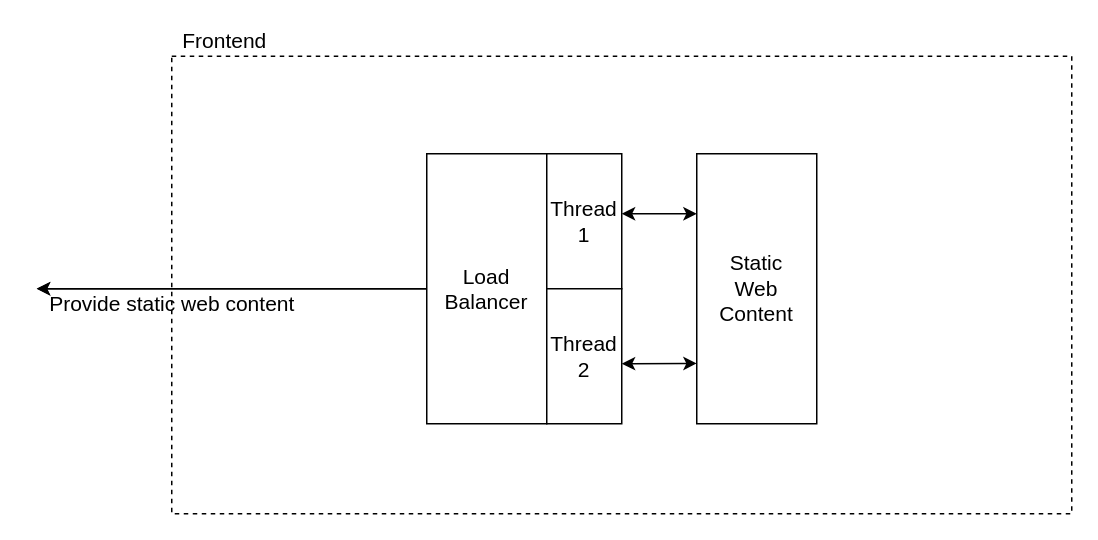
This is drawios/c4-frontend.drawio from Zachaccino/Thesis-Paper, a draw.io file, before an edit. Source tidied: cells renumbered, new cells numbered last; positions are measured from the earlier drawing's top-left corner, leaving out a move shared by most shapes. Both pictures are drawn from the tidied source at 150%, with x=0, y=0 at pixel (36, 26).
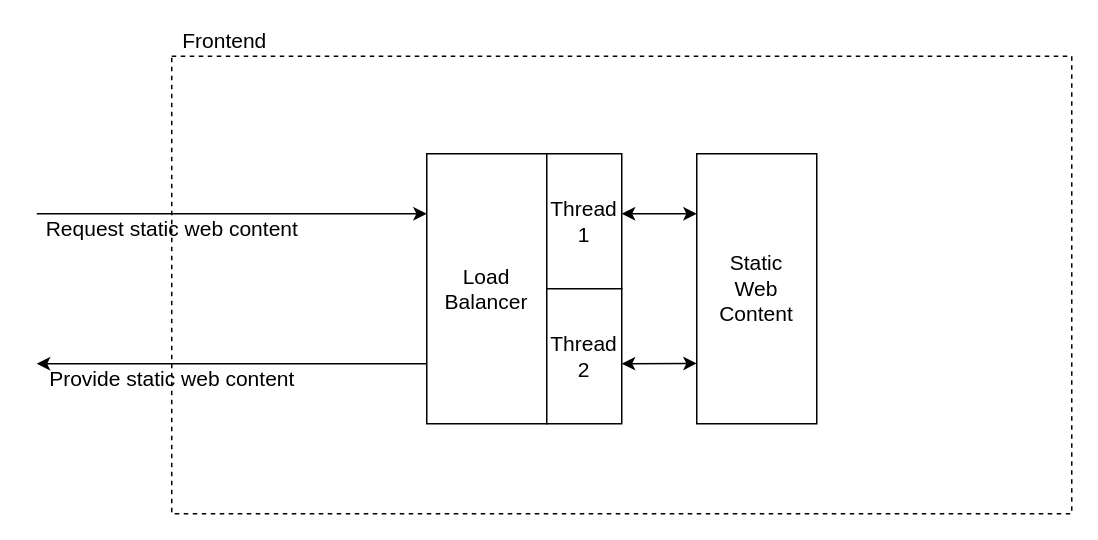
The same page after the edit.

Diff of the diagram source:
```diff
@@
 <mxGraphModel>
   <root>
     <mxCell id="0" />
     <mxCell id="1" parent="0" />
     <mxCell id="2" style="rounded=0;whiteSpace=wrap;html=1;shadow=0;fillColor=none;gradientColor=none;fontSize=14;align=center;dashed=1;" parent="1" vertex="1">
       <mxGeometry x="90" y="20" width="600" height="305" as="geometry" />
     </mxCell>
     <mxCell id="3" value="Frontend" style="text;html=1;align=center;verticalAlign=middle;fontSize=14;" parent="1" vertex="1">
       <mxGeometry x="90" width="70" height="20" as="geometry" />
     </mxCell>
     <mxCell id="4" value="Load Balancer" style="rounded=0;whiteSpace=wrap;html=1;shadow=0;fontSize=14;align=center;" parent="1" vertex="1">
       <mxGeometry x="260" y="85" width="80" height="180" as="geometry" />
     </mxCell>
     <mxCell id="5" style="endArrow=classic;startArrow=classic;html=1;strokeWidth=1;fontSize=14;entryX=0;entryY=0.5;entryDx=0;entryDy=0;exitX=1;exitY=0.222;exitDx=0;exitDy=0;exitPerimeter=0;" parent="1" edge="1">
       <mxGeometry relative="1" as="geometry">
         <mxPoint x="390" y="125" as="sourcePoint" />
         <mxPoint x="440" y="125" as="targetPoint" />
       </mxGeometry>
     </mxCell>
     <mxCell id="6" style="endArrow=classic;startArrow=classic;html=1;strokeWidth=1;fontSize=14;entryX=0;entryY=0.5;entryDx=0;entryDy=0;" parent="1" edge="1">
       <mxGeometry relative="1" as="geometry">
         <mxPoint x="390" y="225" as="sourcePoint" />
         <mxPoint x="440" y="224.8" as="targetPoint" />
       </mxGeometry>
     </mxCell>
     <mxCell id="7" value="Static&lt;br&gt;Web&lt;br&gt;Content" style="rounded=0;whiteSpace=wrap;html=1;shadow=0;fontSize=14;align=center;" parent="1" vertex="1">
       <mxGeometry x="440" y="85" width="80" height="180" as="geometry" />
     </mxCell>
     <mxCell id="8" value="Thread 1" style="rounded=0;whiteSpace=wrap;html=1;shadow=0;fontSize=14;align=center;" parent="1" vertex="1">
       <mxGeometry x="340" y="85" width="50" height="90" as="geometry" />
     </mxCell>
     <mxCell id="9" value="Thread 2" style="rounded=0;whiteSpace=wrap;html=1;shadow=0;fontSize=14;align=center;" parent="1" vertex="1">
       <mxGeometry x="340" y="175" width="50" height="90" as="geometry" />
     </mxCell>
-    <mxCell id="10" style="edgeStyle=none;rounded=0;orthogonalLoop=1;jettySize=auto;html=1;startArrow=classic;startFill=1;endArrow=none;endFill=0;strokeWidth=1;fontSize=14;entryX=0;entryY=0.75;entryDx=0;entryDy=0;" parent="1" edge="1">
-      <mxGeometry relative="1" as="geometry">
-        <mxPoint y="175" as="sourcePoint" />
-        <mxPoint x="260" y="175" as="targetPoint" />
-      </mxGeometry>
-    </mxCell>
     <mxCell id="11" style="edgeStyle=none;rounded=0;orthogonalLoop=1;jettySize=auto;html=1;startArrow=classic;startFill=1;endArrow=none;endFill=0;strokeWidth=1;fontSize=14;entryX=0;entryY=0.75;entryDx=0;entryDy=0;" parent="1" edge="1">
       <mxGeometry relative="1" as="geometry">
-        <mxPoint y="175" as="sourcePoint" />
-        <mxPoint x="260" y="175" as="targetPoint" />
+        <mxPoint y="225" as="sourcePoint" />
+        <mxPoint x="260" y="225" as="targetPoint" />
       </mxGeometry>
     </mxCell>
     <mxCell id="12" value="Provide static web content" style="text;html=1;align=center;verticalAlign=middle;fontSize=14;" parent="1" vertex="1">
-      <mxGeometry y="175" width="180" height="20" as="geometry" />
+      <mxGeometry y="225" width="180" height="20" as="geometry" />
     </mxCell>
+    <mxCell id="13" style="edgeStyle=none;rounded=0;orthogonalLoop=1;jettySize=auto;html=1;startArrow=classic;startFill=1;endArrow=none;endFill=0;strokeWidth=1;fontSize=14;entryX=0;entryY=0.75;entryDx=0;entryDy=0;" parent="1" edge="1">
+      <mxGeometry relative="1" as="geometry">
+        <mxPoint x="260" y="125" as="sourcePoint" />
+        <mxPoint y="125" as="targetPoint" />
+      </mxGeometry>
+    </mxCell>
+    <mxCell id="14" value="Request static web content" style="text;html=1;align=center;verticalAlign=middle;fontSize=14;" parent="1" vertex="1">
+      <mxGeometry y="125" width="180" height="20" as="geometry" />
+    </mxCell>
   </root>
 </mxGraphModel>
```
